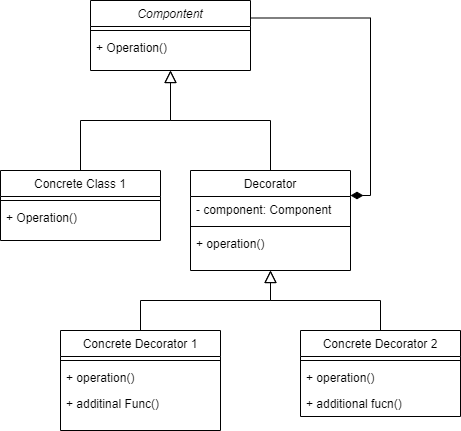
Above: src/com/designPatterns/StructuralPatterns/Decorator/diagram.png in Omar-ahmed314/Design-Patterns (draw.io), before the change. Source tidied: cells renumbered, new cells last; positions are measured from the earlier drawing's top-left corner, leaving out a move shared by most shapes.
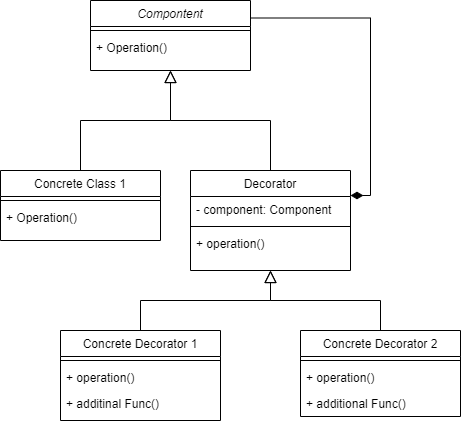
After the change.

Change to the diagram source:
```diff
@@ -45,7 +45,7 @@
       <mxGeometry relative="1" as="geometry" />
     </mxCell>
     <mxCell id="16" value="Concrete Decorator 1" style="swimlane;fontStyle=0;align=center;verticalAlign=top;horizontal=1;startSize=26;rounded=0;shadow=0;strokeWidth=1;" parent="1" vertex="1">
-      <mxGeometry x="60" y="330" width="160" height="100" as="geometry" />
+      <mxGeometry x="60" y="330" width="160" height="90" as="geometry" />
     </mxCell>
     <mxCell id="17" style="line;html=1;strokeWidth=1;align=left;verticalAlign=middle;spacingTop=-1;spacingLeft=3;spacingRight=3;labelPosition=right;" parent="16" vertex="1">
       <mxGeometry y="26" width="160" height="8" as="geometry" />
@@ -70,7 +70,7 @@
     <mxCell id="23" value="+ operation()" style="text;align=left;verticalAlign=top;spacingLeft=4;spacingRight=4;overflow=hidden;" parent="21" vertex="1">
       <mxGeometry y="34" width="160" height="26" as="geometry" />
     </mxCell>
-    <mxCell id="24" value="+ additional fucn()" style="text;align=left;verticalAlign=top;spacingLeft=4;spacingRight=4;overflow=hidden;" parent="21" vertex="1">
+    <mxCell id="24" value="+ additional Func()" style="text;align=left;verticalAlign=top;spacingLeft=4;spacingRight=4;overflow=hidden;" parent="21" vertex="1">
       <mxGeometry y="60" width="160" height="26" as="geometry" />
     </mxCell>
   </root>
```
